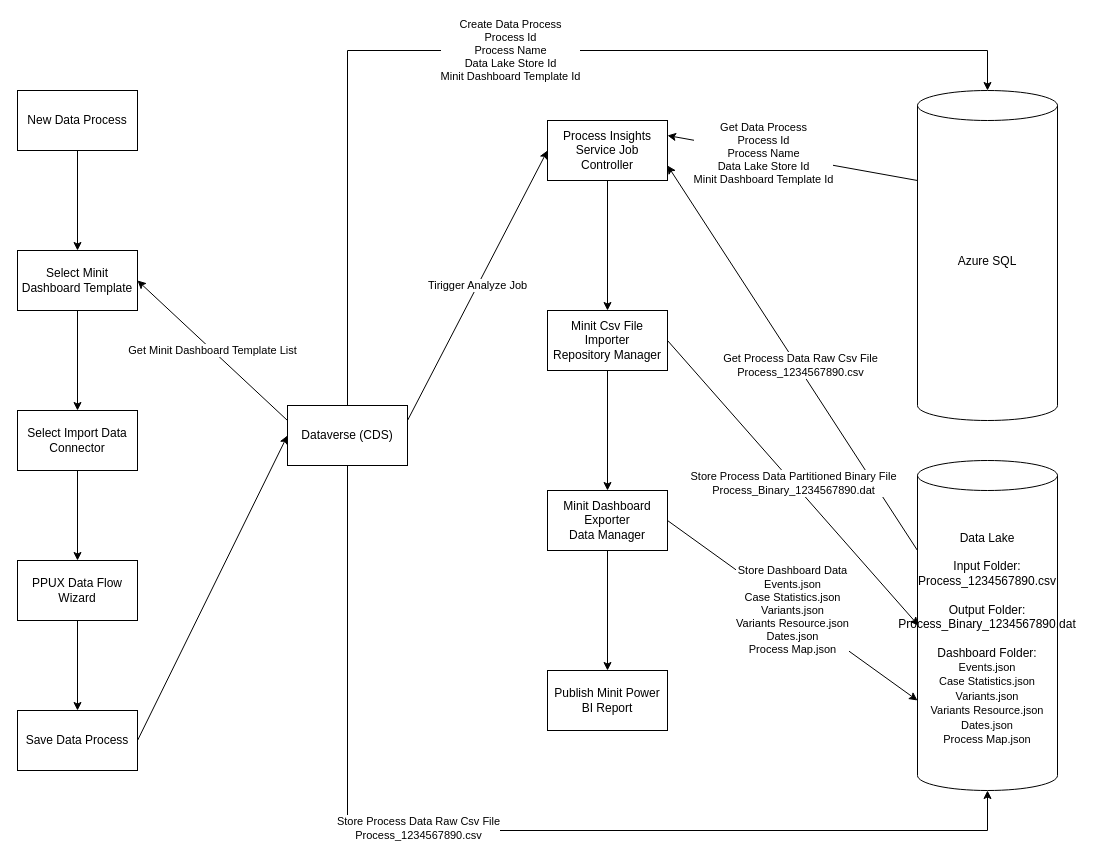
The draw.io diagram Minit Data Import and Export.drawio in luchenatwork/Diagram, before the edit. Source tidied: cells renumbered, new cells numbered last; positions are measured from the earlier drawing's top-left corner, leaving out a move shared by most shapes. Both pictures are drawn from the tidied source at 100%, with x=0, y=0 at pixel (17, 50).
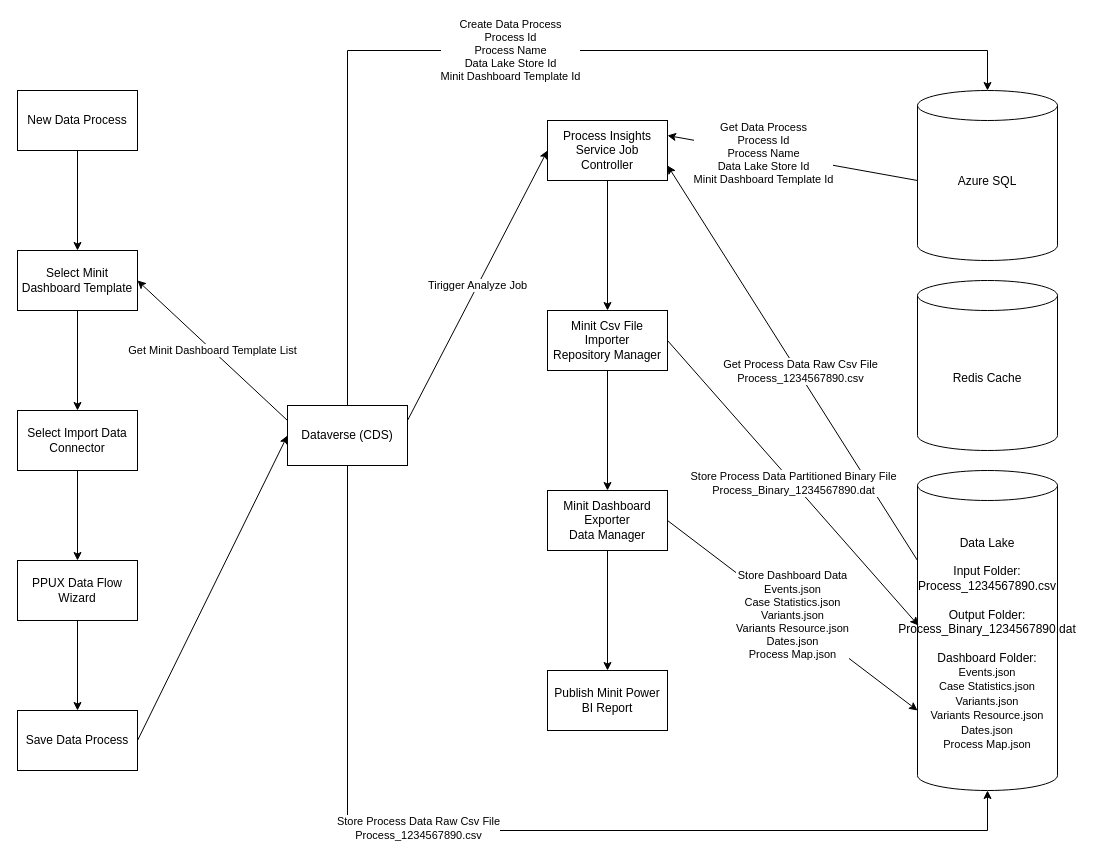
After the change.

Diff of the diagram source:
```diff
@@
     <mxCell id="4" value="Data Lake&lt;br&gt;&lt;br&gt;Input Folder:&lt;br&gt;Process_1234567890.csv&lt;br&gt;&lt;br&gt;Output Folder:&lt;br&gt;Process_Binary_1234567890.dat&lt;br&gt;&lt;br&gt;Dashboard Folder:&lt;br&gt;&lt;span style=&quot;font-size: 11px; background-color: rgb(255, 255, 255);&quot;&gt;Events.json&lt;/span&gt;&lt;br style=&quot;font-size: 11px;&quot;&gt;&lt;span style=&quot;font-size: 11px; background-color: rgb(255, 255, 255);&quot;&gt;Case Statistics.json&lt;/span&gt;&lt;br style=&quot;font-size: 11px;&quot;&gt;&lt;span style=&quot;font-size: 11px; background-color: rgb(255, 255, 255);&quot;&gt;Variants.json&lt;/span&gt;&lt;br style=&quot;font-size: 11px;&quot;&gt;&lt;span style=&quot;font-size: 11px; background-color: rgb(255, 255, 255);&quot;&gt;Variants Resource.json&lt;/span&gt;&lt;br style=&quot;font-size: 11px;&quot;&gt;&lt;span style=&quot;font-size: 11px; background-color: rgb(255, 255, 255);&quot;&gt;Dates.json&lt;/span&gt;&lt;br style=&quot;font-size: 11px;&quot;&gt;&lt;span style=&quot;font-size: 11px; background-color: rgb(255, 255, 255);&quot;&gt;Process Map.json&lt;/span&gt;" style="shape=cylinder3;whiteSpace=wrap;html=1;boundedLbl=1;backgroundOutline=1;size=15;" parent="1" vertex="1">
-      <mxGeometry x="900" y="410" width="140" height="330" as="geometry" />
+      <mxGeometry x="900" y="420" width="140" height="320" as="geometry" />
     </mxCell>
     <mxCell id="5" value="Azure SQL&lt;br&gt;&lt;br&gt;" style="shape=cylinder3;whiteSpace=wrap;html=1;boundedLbl=1;backgroundOutline=1;size=15;" parent="1" vertex="1">
-      <mxGeometry x="900" y="40" width="140" height="330" as="geometry" />
+      <mxGeometry x="900" y="40" width="140" height="170" as="geometry" />
     </mxCell>
@@
+    <mxCell id="33" value="Redis Cache" style="shape=cylinder3;whiteSpace=wrap;html=1;boundedLbl=1;backgroundOutline=1;size=15;" parent="1" vertex="1">
+      <mxGeometry x="900" y="230" width="140" height="170" as="geometry" />
+    </mxCell>
```
